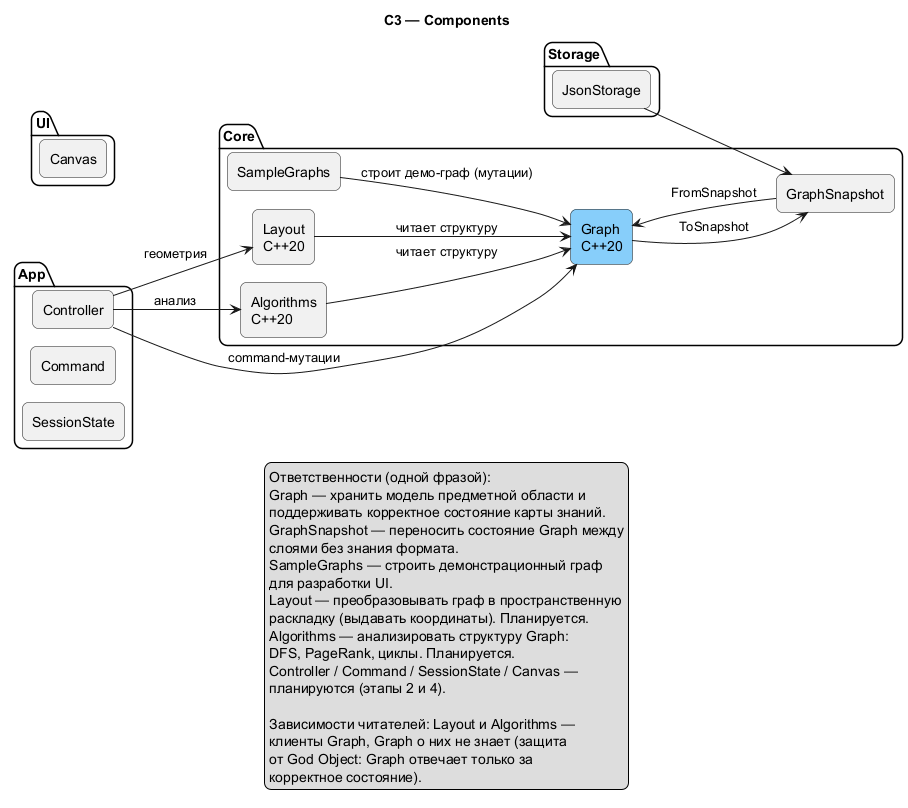
Before: docs/assets/c4/C3.png, a diagram exported from PlantUML (Anastas2817/ravel-kb).
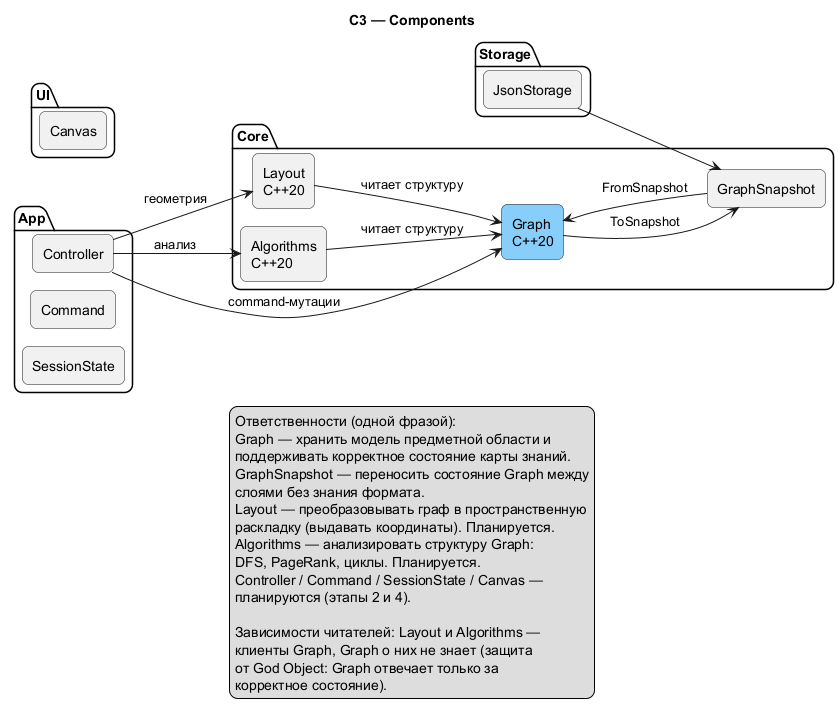
The same file after the commit.

Commit message:
core, docs: SampleGraphs удалён — заглушка без потребителя

What changed in the source:
```diff
@@ -18,7 +18,6 @@
 
   rectangle "Graph\nC++20" as Graph #LightSkyBlue
   rectangle "GraphSnapshot" as Snapshot
-  rectangle "SampleGraphs" as Samples
   rectangle "Layout\nC++20" as Layout
   rectangle "Algorithms\nC++20" as Algo
 
@@ -26,7 +25,6 @@
   Algo --> Graph : читает структуру
   Graph --> Snapshot : ToSnapshot
   Snapshot --> Graph : FromSnapshot
-  Samples --> Graph : строит демо-граф (мутации)
 }
 
 package "App" {
@@ -54,8 +52,6 @@
   поддерживать корректное состояние карты знаний.
   GraphSnapshot — переносить состояние Graph между
   слоями без знания формата.
-  SampleGraphs — строить демонстрационный граф
-  для разработки UI.
   Layout — преобразовывать граф в пространственную
   раскладку (выдавать координаты). Планируется.
   Algorithms — анализировать структуру Graph:
```
